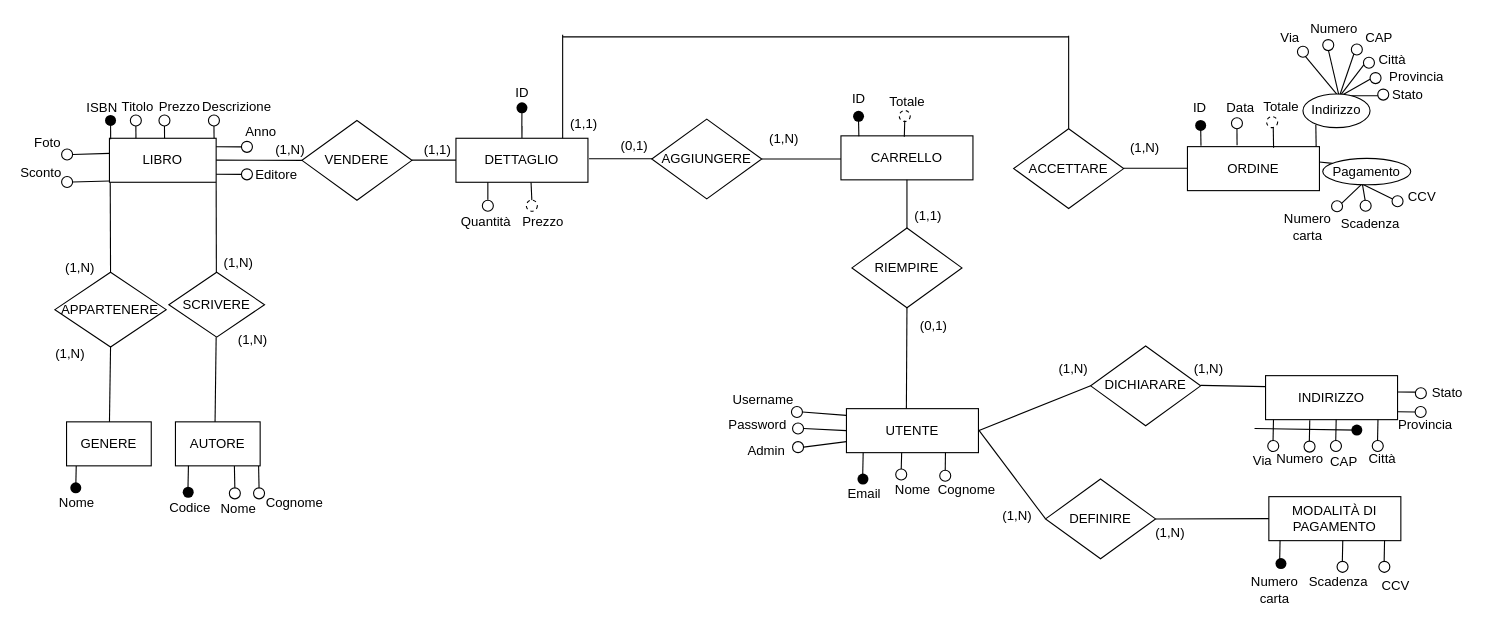
Above: db/modello.drawio in Tensa53/LibriShop (draw.io), before the change. Source tidied: cells renumbered, new cells numbered last; positions are measured from the earlier drawing's top-left corner, leaving out a move shared by most shapes. Both pictures are drawn from the tidied source at 110%, with x=0, y=0 at pixel (19, 19).
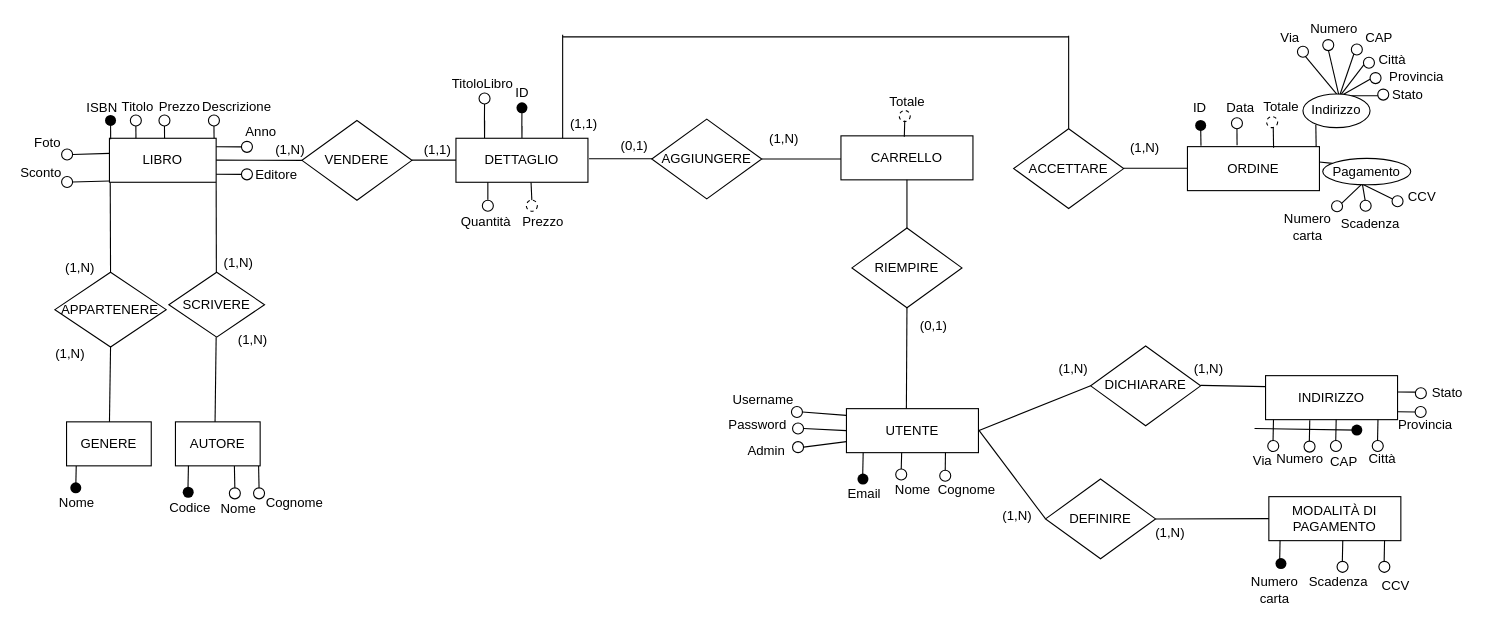
Above is the later version.

What changed in the source:
```diff
@@
-    <mxCell id="64" style="endArrow=none;html=1;rounded=0;entryX=0.5;entryY=1;entryDx=0;entryDy=0;exitX=0.044;exitY=-0.014;exitDx=0;exitDy=0;exitPerimeter=0;" parent="1" edge="1">
-      <mxGeometry relative="1" as="geometry">
-        <mxPoint x="763.3" y="106.4" as="sourcePoint" />
-        <mxPoint x="763" y="92" as="targetPoint" />
-      </mxGeometry>
-    </mxCell>
-    <mxCell id="65" value="ID" style="text;html=1;align=center;verticalAlign=middle;strokeColor=none;fillColor=none;" parent="1" vertex="1">
-      <mxGeometry x="752" y="64" width="22" height="18" as="geometry" />
-    </mxCell>
@@
-    <mxCell id="124" style="shape=waypoint;sketch=0;size=6;perimeter=centerPerimeter;strokeWidth=3;" parent="1" vertex="1">
-      <mxGeometry x="743" y="68.2" width="40" height="40" as="geometry" />
-    </mxCell>
@@
-    <mxCell id="198" value="(1,1)" style="text;html=1;strokeColor=none;fillColor=none;align=center;verticalAlign=middle;whiteSpace=wrap;rounded=0;" parent="1" vertex="1">
-      <mxGeometry x="811" y="170.5" width="31" height="16" as="geometry" />
-    </mxCell>
+    <mxCell id="199" style="ellipse;whiteSpace=wrap;html=1;strokeWidth=1;fillColor=default;" parent="1" vertex="1">
+      <mxGeometry x="418" y="67" width="10" height="10" as="geometry" />
+    </mxCell>
+    <mxCell id="200" style="endArrow=none;html=1;rounded=0;fillColor=#000000;exitX=0.044;exitY=-0.014;exitDx=0;exitDy=0;exitPerimeter=0;entryX=0.5;entryY=1;entryDx=0;entryDy=0;" parent="1" edge="1" target="199">
+      <mxGeometry relative="1" as="geometry">
+        <mxPoint x="423.1" y="92" as="sourcePoint" />
+        <Array as="points">
+          <mxPoint x="423" y="108" />
+          <mxPoint x="422.9" y="91.6" />
+        </Array>
+      </mxGeometry>
+    </mxCell>
+    <mxCell id="201" value="TitoloLibro" style="text;html=1;align=center;verticalAlign=middle;strokeColor=none;fillColor=none;" parent="1" vertex="1">
+      <mxGeometry x="387" y="49" width="67" height="19" as="geometry" />
+    </mxCell>
```
